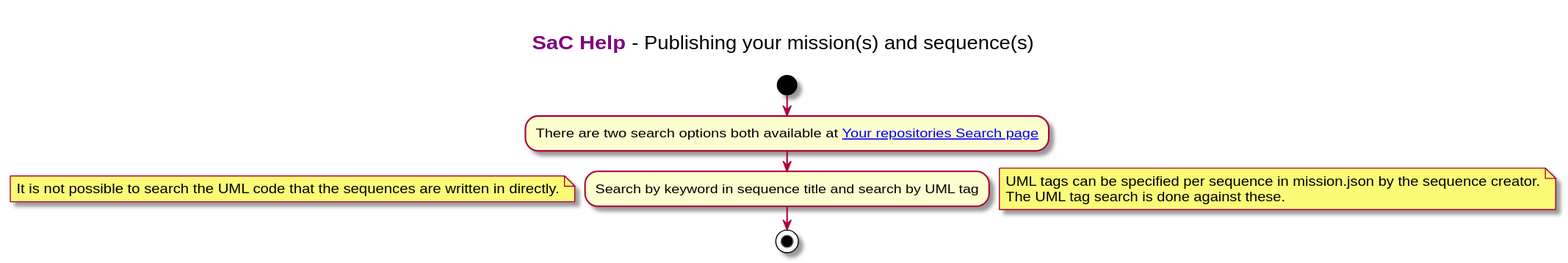
Before: images/sachelp.search.svg, a diagram exported from PlantUML (dxc-technology/Sequences-as-Code). Its diagram source:
```plantuml
@startuml

title

  <font color=purple><b>SaC Help</b></font> - Publishing your mission(s) and sequence(s)

end title

start
:There are two search options both available at [[https://github.com/your_organization/your_repository{Right click to open in a new window or a new tab} Your repositories Search page]];
:Search by keyword in sequence title and search by UML tag;
note left
 It is not possible to search the UML code that the sequences are written in directly.
end note
note right
 UML tags can be specified per sequence in mission.json by the sequence creator.
 The UML tag search is done against these.
end note
stop
@enduml
```
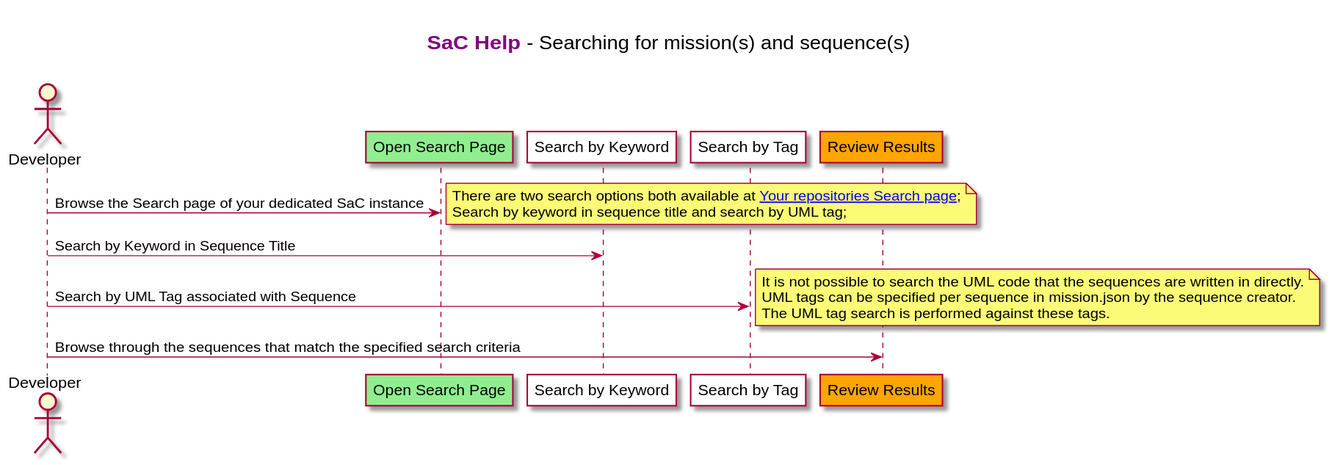
After the change.

Diff of the diagram source:
```diff
@@ -2,19 +2,27 @@
 
 title
 
-  <font color=purple><b>SaC Help</b></font> - Publishing your mission(s) and sequence(s)
+  <font color=purple><b>SaC Help</b></font> - Searching for mission(s) and sequence(s)
 
 end title
 
-start
-:There are two search options both available at [[https://github.com/your_organization/your_repository{Right click to open in a new window or a new tab} Your repositories Search page]];
-:Search by keyword in sequence title and search by UML tag;
-note left
+actor Developer
+participant "Open Search Page" as A #lightGreen
+participant "Search by Keyword" as B #white
+participant "Search by Tag" as C #white
+participant "Review Results" as D #orange
+
+Developer -> A: Browse the Search page of your dedicated SaC instance
+note right
+  There are two search options both available at [[https://github.com/your_organization/your_repository{Right click to open in a new window or a new tab} Your repositories Search page]];
+  Search by keyword in sequence title and search by UML tag;
+end note
+Developer -> B: Search by Keyword in Sequence Title
+Developer -> C: Search by UML Tag associated with Sequence
+note right
  It is not possible to search the UML code that the sequences are written in directly.
+ UML tags can be specified per sequence in mission.json by the sequence creator.
+ The UML tag search is performed against these tags.
 end note
-note right
- UML tags can be specified per sequence in mission.json by the sequence creator.
- The UML tag search is done against these.
-end note
-stop
+Developer ->D: Browse through the sequences that match the specified search criteria
 @enduml
```
